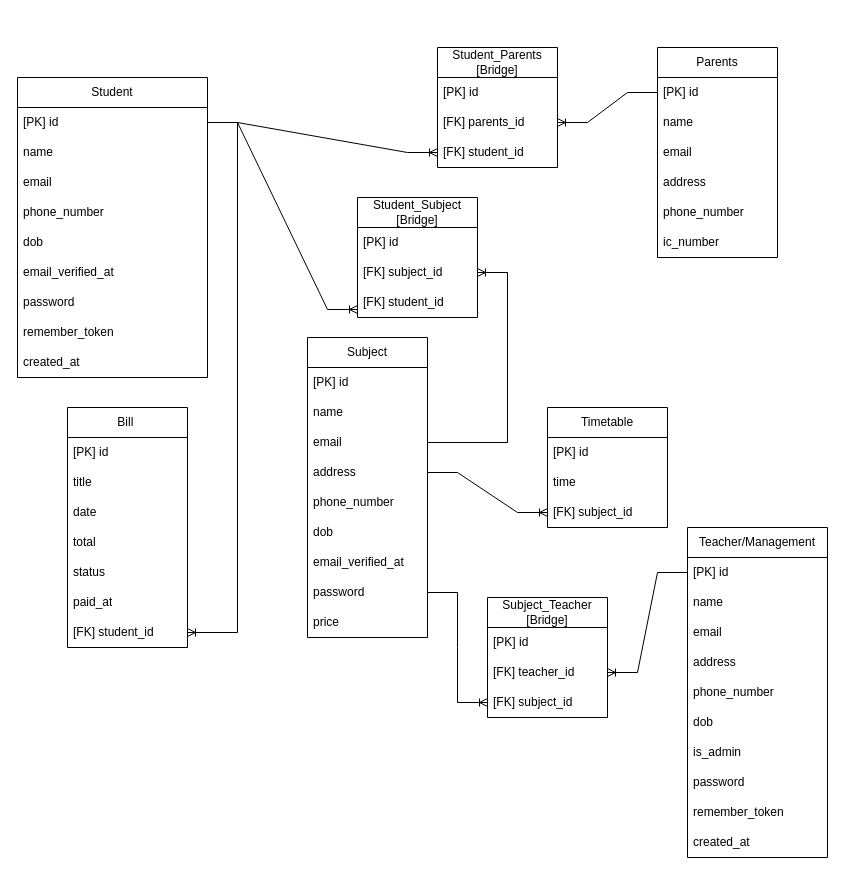
This is page "Page-1" (1 of 2) of ERD.drawio from aqilanwar/atlas-api, a draw.io file, before an edit. Source tidied: cells renumbered, new cells numbered last; positions are measured from the earlier drawing's top-left corner, leaving out a move shared by most shapes. Both pictures are drawn from the tidied source at 100%, with x=0, y=0 at pixel (17, 47).
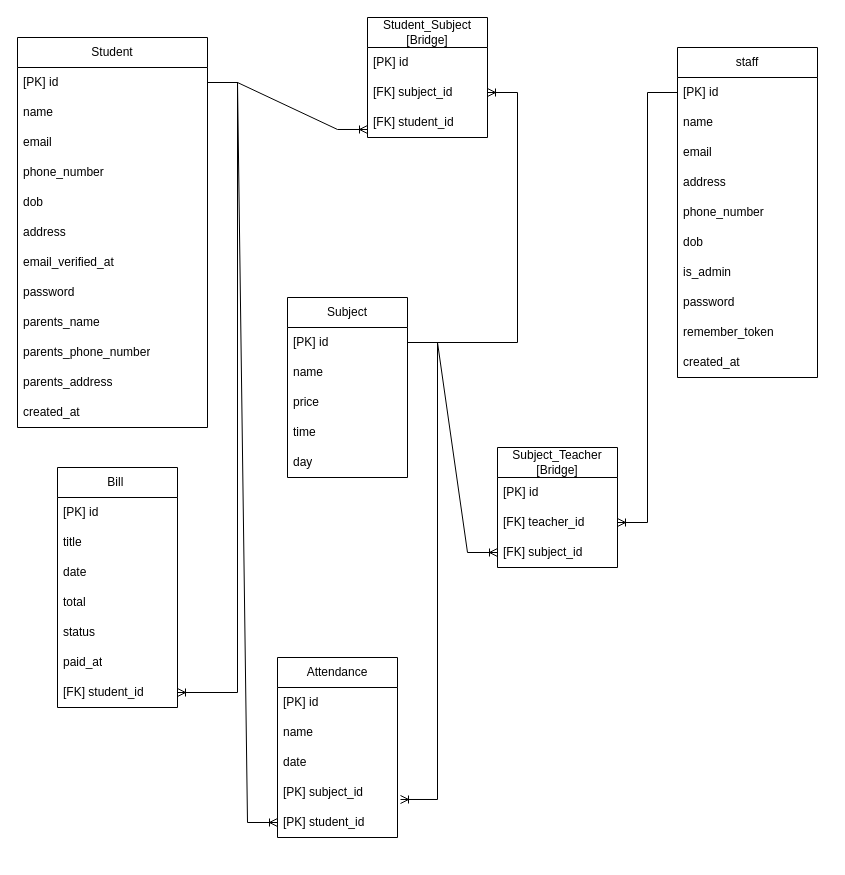
Above is the later version.

Unchanged cells that the change refers to:
```xml
<mxCell id="3" value="[PK] id" style="text;strokeColor=none;fillColor=none;align=left;verticalAlign=middle;spacingLeft=4;spacingRight=4;overflow=hidden;points=[[0,0.5],[1,0.5]];portConstraint=eastwest;whiteSpace=wrap;html=1;" parent="2" vertex="1">
  <mxGeometry y="30" width="190" height="30" as="geometry" />
</mxCell>
<mxCell id="31" value="[PK] id" style="text;strokeColor=none;fillColor=none;align=left;verticalAlign=middle;spacingLeft=4;spacingRight=4;overflow=hidden;points=[[0,0.5],[1,0.5]];portConstraint=eastwest;whiteSpace=wrap;html=1;" parent="30" vertex="1">
  <mxGeometry y="30" width="120" height="30" as="geometry" />
</mxCell>
<mxCell id="43" value="[FK] subject_id" style="text;strokeColor=none;fillColor=none;align=left;verticalAlign=middle;spacingLeft=4;spacingRight=4;overflow=hidden;points=[[0,0.5],[1,0.5]];portConstraint=eastwest;whiteSpace=wrap;html=1;" parent="40" vertex="1">
  <mxGeometry y="90" width="120" height="30" as="geometry" />
</mxCell>
<mxCell id="60" value="[FK] subject_id" style="text;strokeColor=none;fillColor=none;align=left;verticalAlign=middle;spacingLeft=4;spacingRight=4;overflow=hidden;points=[[0,0.5],[1,0.5]];portConstraint=eastwest;whiteSpace=wrap;html=1;" parent="58" vertex="1">
  <mxGeometry y="60" width="120" height="30" as="geometry" />
</mxCell>
```

Diff of the diagram source:
```diff
@@
     <mxCell id="2" value="Student" style="swimlane;fontStyle=0;horizontal=1;startSize=30;whiteSpace=wrap;html=1;" parent="1" vertex="1">
-      <mxGeometry y="30" width="190" height="300" as="geometry" />
+      <mxGeometry y="-10" width="190" height="390" as="geometry" />
     </mxCell>
@@
+    <mxCell id="72" value="address" style="text;strokeColor=none;fillColor=none;align=left;verticalAlign=middle;spacingLeft=4;spacingRight=4;overflow=hidden;whiteSpace=wrap;html=1;" parent="2" vertex="1">
+      <mxGeometry y="180" width="190" height="30" as="geometry" />
+    </mxCell>
     <mxCell id="8" value="email_verified_at" style="text;strokeColor=none;fillColor=none;align=left;verticalAlign=middle;spacingLeft=4;spacingRight=4;overflow=hidden;whiteSpace=wrap;html=1;" parent="2" vertex="1">
-      <mxGeometry y="180" width="190" height="30" as="geometry" />
+      <mxGeometry y="210" width="190" height="30" as="geometry" />
     </mxCell>
     <mxCell id="9" value="password" style="text;strokeColor=none;fillColor=none;align=left;verticalAlign=middle;spacingLeft=4;spacingRight=4;overflow=hidden;whiteSpace=wrap;html=1;" parent="2" vertex="1">
-      <mxGeometry y="210" width="190" height="30" as="geometry" />
+      <mxGeometry y="240" width="190" height="30" as="geometry" />
     </mxCell>
-    <mxCell id="10" value="remember_token" style="text;strokeColor=none;fillColor=none;align=left;verticalAlign=middle;spacingLeft=4;spacingRight=4;overflow=hidden;whiteSpace=wrap;html=1;" parent="2" vertex="1">
-      <mxGeometry y="240" width="190" height="30" as="geometry" />
-    </mxCell>
+    <mxCell id="73" value="parents_name" style="text;strokeColor=none;fillColor=none;align=left;verticalAlign=middle;spacingLeft=4;spacingRight=4;overflow=hidden;whiteSpace=wrap;html=1;" parent="2" vertex="1">
+      <mxGeometry y="270" width="190" height="30" as="geometry" />
+    </mxCell>
+    <mxCell id="74" value="parents_phone_number" style="text;strokeColor=none;fillColor=none;align=left;verticalAlign=middle;spacingLeft=4;spacingRight=4;overflow=hidden;whiteSpace=wrap;html=1;" parent="2" vertex="1">
+      <mxGeometry y="300" width="190" height="30" as="geometry" />
+    </mxCell>
+    <mxCell id="75" value="parents_address" style="text;strokeColor=none;fillColor=none;align=left;verticalAlign=middle;spacingLeft=4;spacingRight=4;overflow=hidden;whiteSpace=wrap;html=1;" parent="2" vertex="1">
+      <mxGeometry y="330" width="190" height="30" as="geometry" />
+    </mxCell>
     <mxCell id="11" value="created_at" style="text;strokeColor=none;fillColor=none;align=left;verticalAlign=middle;spacingLeft=4;spacingRight=4;overflow=hidden;whiteSpace=wrap;html=1;" parent="2" vertex="1">
-      <mxGeometry y="270" width="190" height="30" as="geometry" />
+      <mxGeometry y="360" width="190" height="30" as="geometry" />
     </mxCell>
-    <mxCell id="12" value="Teacher/Management" style="swimlane;fontStyle=0;horizontal=1;startSize=30;whiteSpace=wrap;html=1;" parent="1" vertex="1">
-      <mxGeometry x="670" y="480" width="140" height="330" as="geometry" />
+    <mxCell id="12" value="staff" style="swimlane;fontStyle=0;horizontal=1;startSize=30;whiteSpace=wrap;html=1;" parent="1" vertex="1">
+      <mxGeometry x="660" width="140" height="330" as="geometry" />
     </mxCell>
@@
-    <mxCell id="23" value="Parents" style="swimlane;fontStyle=0;horizontal=1;startSize=30;whiteSpace=wrap;html=1;" parent="1" vertex="1">
-      <mxGeometry x="640" width="120" height="210" as="geometry" />
-    </mxCell>
-    <mxCell id="24" value="[PK] id" style="text;strokeColor=none;fillColor=none;align=left;verticalAlign=middle;spacingLeft=4;spacingRight=4;overflow=hidden;points=[[0,0.5],[1,0.5]];portConstraint=eastwest;whiteSpace=wrap;html=1;" parent="23" vertex="1">
-      <mxGeometry y="30" width="120" height="30" as="geometry" />
-    </mxCell>
-    <mxCell id="25" value="name" style="text;strokeColor=none;fillColor=none;align=left;verticalAlign=middle;spacingLeft=4;spacingRight=4;overflow=hidden;whiteSpace=wrap;html=1;" parent="23" vertex="1">
-      <mxGeometry y="60" width="120" height="30" as="geometry" />
-    </mxCell>
-    <mxCell id="26" value="email" style="text;strokeColor=none;fillColor=none;align=left;verticalAlign=middle;spacingLeft=4;spacingRight=4;overflow=hidden;whiteSpace=wrap;html=1;" parent="23" vertex="1">
-      <mxGeometry y="90" width="120" height="30" as="geometry" />
-    </mxCell>
-    <mxCell id="27" value="address" style="text;strokeColor=none;fillColor=none;align=left;verticalAlign=middle;spacingLeft=4;spacingRight=4;overflow=hidden;whiteSpace=wrap;html=1;" parent="23" vertex="1">
-      <mxGeometry y="120" width="120" height="30" as="geometry" />
-    </mxCell>
-    <mxCell id="28" value="phone_number" style="text;strokeColor=none;fillColor=none;align=left;verticalAlign=middle;spacingLeft=4;spacingRight=4;overflow=hidden;whiteSpace=wrap;html=1;" parent="23" vertex="1">
-      <mxGeometry y="150" width="120" height="30" as="geometry" />
-    </mxCell>
-    <mxCell id="29" value="ic_number" style="text;strokeColor=none;fillColor=none;align=left;verticalAlign=middle;spacingLeft=4;spacingRight=4;overflow=hidden;whiteSpace=wrap;html=1;" parent="23" vertex="1">
-      <mxGeometry y="180" width="120" height="30" as="geometry" />
-    </mxCell>
     <mxCell id="30" value="Subject" style="swimlane;fontStyle=0;horizontal=1;startSize=30;whiteSpace=wrap;html=1;" parent="1" vertex="1">
-      <mxGeometry x="290" y="290" width="120" height="300" as="geometry" />
+      <mxGeometry x="270" y="250" width="120" height="180" as="geometry" />
     </mxCell>
@@
-    <mxCell id="33" value="email" style="text;strokeColor=none;fillColor=none;align=left;verticalAlign=middle;spacingLeft=4;spacingRight=4;overflow=hidden;points=[[0,0.5],[1,0.5]];portConstraint=eastwest;whiteSpace=wrap;html=1;" parent="30" vertex="1">
-      <mxGeometry y="90" width="120" height="30" as="geometry" />
-    </mxCell>
-    <mxCell id="34" value="address" style="text;strokeColor=none;fillColor=none;align=left;verticalAlign=middle;spacingLeft=4;spacingRight=4;overflow=hidden;points=[[0,0.5],[1,0.5]];portConstraint=eastwest;whiteSpace=wrap;html=1;" parent="30" vertex="1">
-      <mxGeometry y="120" width="120" height="30" as="geometry" />
-    </mxCell>
-    <mxCell id="35" value="phone_number" style="text;strokeColor=none;fillColor=none;align=left;verticalAlign=middle;spacingLeft=4;spacingRight=4;overflow=hidden;whiteSpace=wrap;html=1;" parent="30" vertex="1">
-      <mxGeometry y="150" width="120" height="30" as="geometry" />
-    </mxCell>
-    <mxCell id="36" value="dob" style="text;strokeColor=none;fillColor=none;align=left;verticalAlign=middle;spacingLeft=4;spacingRight=4;overflow=hidden;whiteSpace=wrap;html=1;" parent="30" vertex="1">
-      <mxGeometry y="180" width="120" height="30" as="geometry" />
-    </mxCell>
-    <mxCell id="37" value="email_verified_at" style="text;strokeColor=none;fillColor=none;align=left;verticalAlign=middle;spacingLeft=4;spacingRight=4;overflow=hidden;whiteSpace=wrap;html=1;" parent="30" vertex="1">
-      <mxGeometry y="210" width="120" height="30" as="geometry" />
-    </mxCell>
-    <mxCell id="38" value="password" style="text;strokeColor=none;fillColor=none;align=left;verticalAlign=middle;spacingLeft=4;spacingRight=4;overflow=hidden;points=[[0,0.5],[1,0.5]];portConstraint=eastwest;whiteSpace=wrap;html=1;" parent="30" vertex="1">
-      <mxGeometry y="240" width="120" height="30" as="geometry" />
-    </mxCell>
     <mxCell id="39" value="price&amp;nbsp;" style="text;strokeColor=none;fillColor=none;align=left;verticalAlign=middle;spacingLeft=4;spacingRight=4;overflow=hidden;whiteSpace=wrap;html=1;" parent="30" vertex="1">
-      <mxGeometry y="270" width="120" height="30" as="geometry" />
+      <mxGeometry y="90" width="120" height="30" as="geometry" />
     </mxCell>
+    <mxCell id="46" value="time" style="text;strokeColor=none;fillColor=none;align=left;verticalAlign=middle;spacingLeft=4;spacingRight=4;overflow=hidden;whiteSpace=wrap;html=1;" parent="30" vertex="1">
+      <mxGeometry y="120" width="120" height="30" as="geometry" />
+    </mxCell>
+    <mxCell id="76" value="day" style="text;strokeColor=none;fillColor=none;align=left;verticalAlign=middle;spacingLeft=4;spacingRight=4;overflow=hidden;whiteSpace=wrap;html=1;" parent="30" vertex="1">
+      <mxGeometry y="150" width="120" height="30" as="geometry" />
+    </mxCell>
     <mxCell id="40" value="Subject_Teacher [Bridge]" style="swimlane;fontStyle=0;horizontal=1;startSize=30;whiteSpace=wrap;html=1;" parent="1" vertex="1">
-      <mxGeometry x="470" y="550" width="120" height="120" as="geometry" />
+      <mxGeometry x="480" y="400" width="120" height="120" as="geometry" />
     </mxCell>
@@
-    <mxCell id="44" value="Timetable" style="swimlane;fontStyle=0;horizontal=1;startSize=30;whiteSpace=wrap;html=1;" parent="1" vertex="1">
-      <mxGeometry x="530" y="360" width="120" height="120" as="geometry" />
-    </mxCell>
-    <mxCell id="45" value="[PK] id" style="text;strokeColor=none;fillColor=none;align=left;verticalAlign=middle;spacingLeft=4;spacingRight=4;overflow=hidden;whiteSpace=wrap;html=1;" parent="44" vertex="1">
-      <mxGeometry y="30" width="120" height="30" as="geometry" />
-    </mxCell>
-    <mxCell id="46" value="time" style="text;strokeColor=none;fillColor=none;align=left;verticalAlign=middle;spacingLeft=4;spacingRight=4;overflow=hidden;whiteSpace=wrap;html=1;" parent="44" vertex="1">
-      <mxGeometry y="60" width="120" height="30" as="geometry" />
-    </mxCell>
-    <mxCell id="47" value="[FK] subject_id" style="text;strokeColor=none;fillColor=none;align=left;verticalAlign=middle;spacingLeft=4;spacingRight=4;overflow=hidden;points=[[0,0.5],[1,0.5]];portConstraint=eastwest;whiteSpace=wrap;html=1;" parent="44" vertex="1">
-      <mxGeometry y="90" width="120" height="30" as="geometry" />
-    </mxCell>
-    <mxCell id="48" style="edgeStyle=entityRelationEdgeStyle;fontSize=12;html=1;endArrow=ERoneToMany;rounded=0;exitX=1;exitY=0.5;exitDx=0;exitDy=0;" parent="1" edge="1" source="38" target="43">
+    <mxCell id="48" style="edgeStyle=entityRelationEdgeStyle;fontSize=12;html=1;endArrow=ERoneToMany;rounded=0;exitX=1;exitY=0.5;exitDx=0;exitDy=0;" parent="1" edge="1" source="31" target="43">
       <mxGeometry relative="1" as="geometry" />
     </mxCell>
-    <mxCell id="49" style="edgeStyle=entityRelationEdgeStyle;fontSize=12;html=1;endArrow=ERoneToMany;rounded=0;entryX=0;entryY=0.5;entryDx=0;entryDy=0;exitX=1;exitY=0.5;exitDx=0;exitDy=0;" parent="1" edge="1" source="34" target="47">
-      <mxGeometry relative="1" as="geometry" />
-    </mxCell>
@@
-    <mxCell id="52" style="edgeStyle=entityRelationEdgeStyle;fontSize=12;html=1;endArrow=ERoneToMany;rounded=0;exitX=1;exitY=0.5;exitDx=0;exitDy=0;entryX=0;entryY=0.5;entryDx=0;entryDy=0;" parent="1" edge="1" source="3" target="56">
-      <mxGeometry relative="1" as="geometry" />
-    </mxCell>
-    <mxCell id="53" value="Student_Parents [Bridge]" style="swimlane;fontStyle=0;horizontal=1;startSize=30;whiteSpace=wrap;html=1;" parent="1" vertex="1">
-      <mxGeometry x="420" width="120" height="120" as="geometry" />
-    </mxCell>
-    <mxCell id="54" value="[PK] id" style="text;strokeColor=none;fillColor=none;align=left;verticalAlign=middle;spacingLeft=4;spacingRight=4;overflow=hidden;whiteSpace=wrap;html=1;" parent="53" vertex="1">
-      <mxGeometry y="30" width="120" height="30" as="geometry" />
-    </mxCell>
-    <mxCell id="55" value="[FK] parents_id" style="text;strokeColor=none;fillColor=none;align=left;verticalAlign=middle;spacingLeft=4;spacingRight=4;overflow=hidden;points=[[0,0.5],[1,0.5]];portConstraint=eastwest;whiteSpace=wrap;html=1;" parent="53" vertex="1">
-      <mxGeometry y="60" width="120" height="30" as="geometry" />
-    </mxCell>
-    <mxCell id="56" value="[FK] student_id" style="text;strokeColor=none;fillColor=none;align=left;verticalAlign=middle;spacingLeft=4;spacingRight=4;overflow=hidden;points=[[0,0.5],[1,0.5]];portConstraint=eastwest;whiteSpace=wrap;html=1;" parent="53" vertex="1">
-      <mxGeometry y="90" width="120" height="30" as="geometry" />
-    </mxCell>
-    <mxCell id="57" style="edgeStyle=entityRelationEdgeStyle;fontSize=12;html=1;endArrow=ERoneToMany;rounded=0;entryX=1;entryY=0.5;entryDx=0;entryDy=0;exitX=0;exitY=0.5;exitDx=0;exitDy=0;" parent="1" edge="1" source="24" target="55">
-      <mxGeometry relative="1" as="geometry" />
-    </mxCell>
     <mxCell id="58" value="Student_Subject [Bridge]" style="swimlane;fontStyle=0;horizontal=1;startSize=30;whiteSpace=wrap;html=1;" parent="1" vertex="1">
-      <mxGeometry x="340" y="150" width="120" height="120" as="geometry" />
+      <mxGeometry x="350" y="-30" width="120" height="120" as="geometry" />
     </mxCell>
@@
-    <mxCell id="62" style="edgeStyle=entityRelationEdgeStyle;fontSize=12;html=1;endArrow=ERoneToMany;rounded=0;exitX=1;exitY=0.5;exitDx=0;exitDy=0;" parent="1" edge="1" source="33" target="60">
+    <mxCell id="62" style="edgeStyle=entityRelationEdgeStyle;fontSize=12;html=1;endArrow=ERoneToMany;rounded=0;exitX=1;exitY=0.5;exitDx=0;exitDy=0;" parent="1" edge="1" source="31" target="60">
       <mxGeometry relative="1" as="geometry" />
     </mxCell>
     <mxCell id="63" value="Bill&amp;nbsp;" style="swimlane;fontStyle=0;horizontal=1;startSize=30;whiteSpace=wrap;html=1;" parent="1" vertex="1">
-      <mxGeometry x="50" y="360" width="120" height="240" as="geometry" />
+      <mxGeometry x="40" y="420" width="120" height="240" as="geometry" />
     </mxCell>
@@
+    <mxCell id="77" value="Attendance" style="swimlane;fontStyle=0;horizontal=1;startSize=30;whiteSpace=wrap;html=1;" parent="1" vertex="1">
+      <mxGeometry x="260" y="610" width="120" height="180" as="geometry" />
+    </mxCell>
+    <mxCell id="78" value="[PK] id" style="text;strokeColor=none;fillColor=none;align=left;verticalAlign=middle;spacingLeft=4;spacingRight=4;overflow=hidden;whiteSpace=wrap;html=1;" parent="77" vertex="1">
+      <mxGeometry y="30" width="120" height="30" as="geometry" />
+    </mxCell>
+    <mxCell id="25" value="name" style="text;strokeColor=none;fillColor=none;align=left;verticalAlign=middle;spacingLeft=4;spacingRight=4;overflow=hidden;whiteSpace=wrap;html=1;" parent="77" vertex="1">
+      <mxGeometry y="60" width="120" height="30" as="geometry" />
+    </mxCell>
+    <mxCell id="79" value="date" style="text;strokeColor=none;fillColor=none;align=left;verticalAlign=middle;spacingLeft=4;spacingRight=4;overflow=hidden;whiteSpace=wrap;html=1;" parent="77" vertex="1">
+      <mxGeometry y="90" width="120" height="30" as="geometry" />
+    </mxCell>
+    <mxCell id="80" value="[PK] subject_id" style="text;strokeColor=none;fillColor=none;align=left;verticalAlign=middle;spacingLeft=4;spacingRight=4;overflow=hidden;points=[[0,0.5],[1,0.5]];portConstraint=eastwest;whiteSpace=wrap;html=1;" parent="77" vertex="1">
+      <mxGeometry y="120" width="120" height="30" as="geometry" />
+    </mxCell>
+    <mxCell id="81" value="[PK] student_id" style="text;strokeColor=none;fillColor=none;align=left;verticalAlign=middle;spacingLeft=4;spacingRight=4;overflow=hidden;points=[[0,0.5],[1,0.5]];portConstraint=eastwest;whiteSpace=wrap;html=1;" parent="77" vertex="1">
+      <mxGeometry y="150" width="120" height="30" as="geometry" />
+    </mxCell>
+    <mxCell id="82" style="edgeStyle=entityRelationEdgeStyle;fontSize=12;html=1;endArrow=ERoneToMany;rounded=0;entryX=1.025;entryY=0.733;entryDx=0;entryDy=0;entryPerimeter=0;" parent="1" edge="1" source="31" target="80">
+      <mxGeometry x="0.1" y="-11" relative="1" as="geometry">
+        <mxPoint x="1" y="-5" as="offset" />
+      </mxGeometry>
+    </mxCell>
+    <mxCell id="83" style="edgeStyle=entityRelationEdgeStyle;fontSize=12;html=1;endArrow=ERoneToMany;rounded=0;exitX=1;exitY=0.5;exitDx=0;exitDy=0;entryX=0;entryY=0.5;entryDx=0;entryDy=0;" parent="1" edge="1" source="3" target="81">
+      <mxGeometry relative="1" as="geometry" />
+    </mxCell>
```
